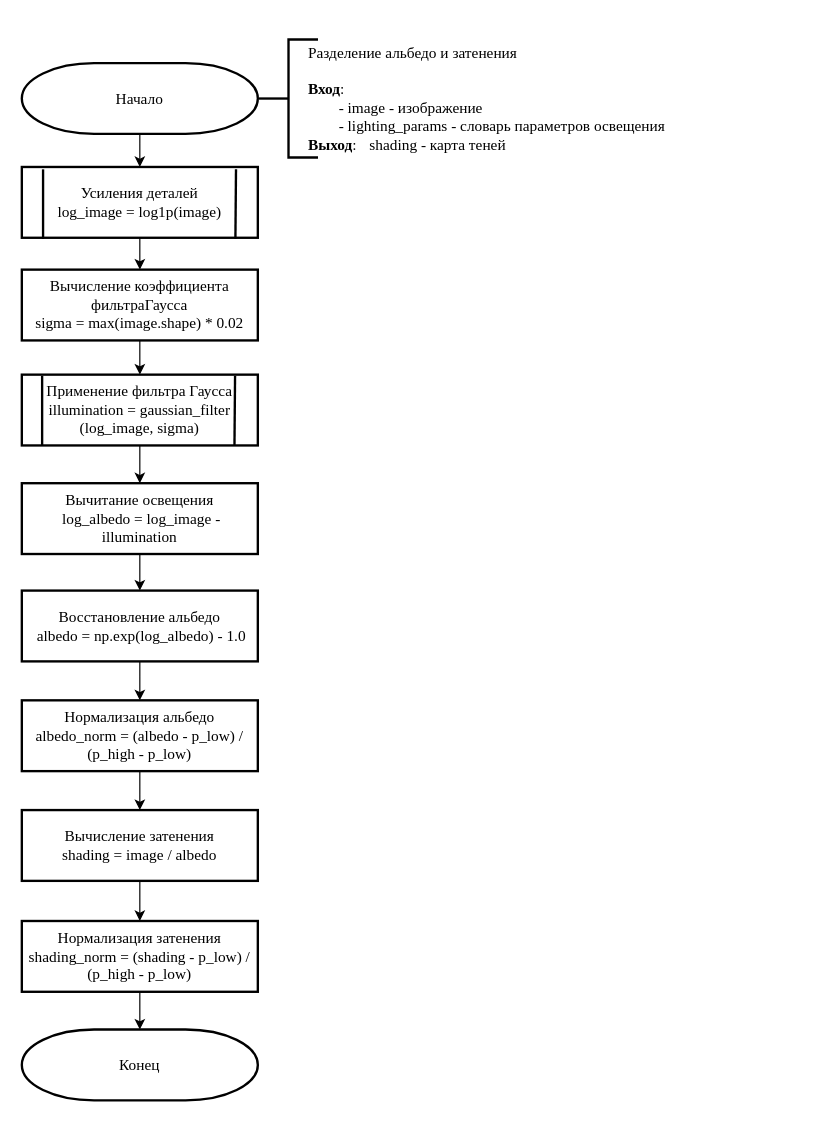
The draw.io diagram page "Разделение альбедо и затенения" (6 of 8) of report/Диаграммки.drawio in lalala-0/VKR_BMSTU, before the edit. Source tidied: cells renumbered, new cells numbered last; positions are measured from the earlier drawing's top-left corner, leaving out a move shared by most shapes. Both pictures are drawn from the tidied source at 118%, with x=0, y=0 at pixel (21, 33).
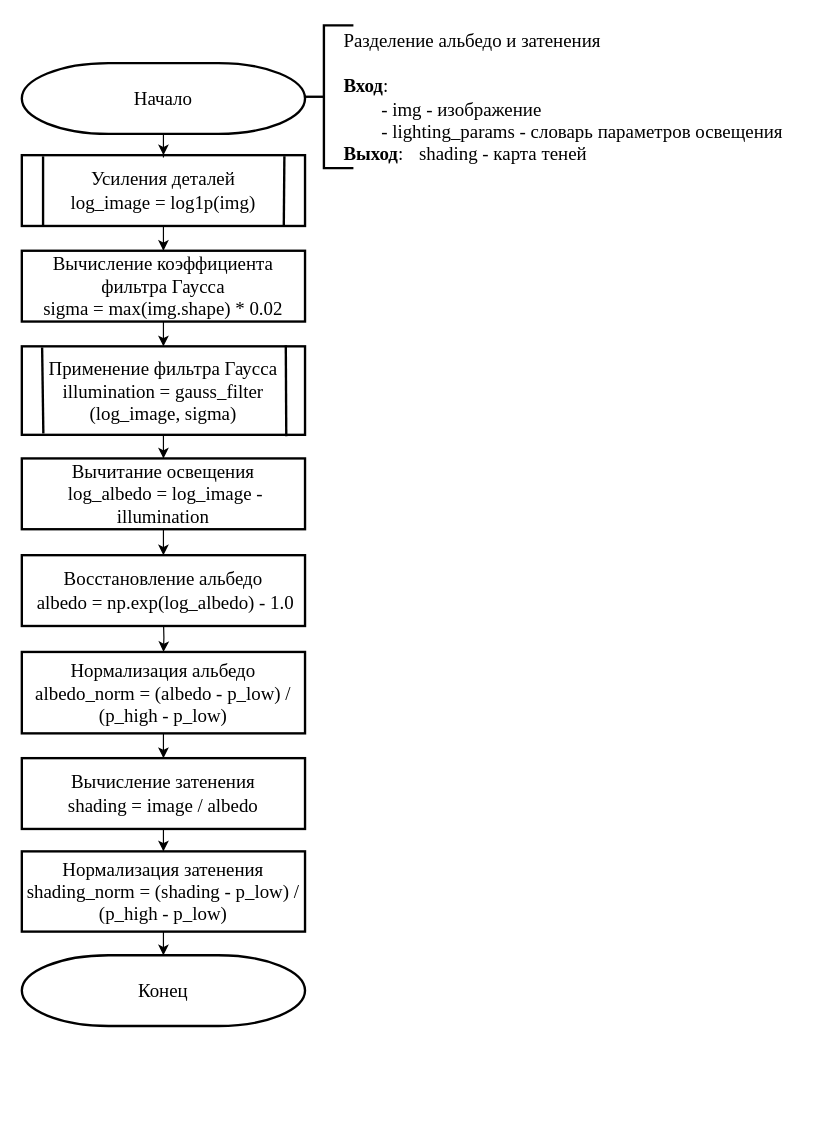
Above is the later version.

Change to the diagram source:
```diff
@@
-    <mxCell id="2" style="edgeStyle=orthogonalEdgeStyle;rounded=0;jettySize=auto;html=1;fontSize=13;" parent="1" edge="1" source="3" target="5">
+    <mxCell id="2" style="edgeStyle=orthogonalEdgeStyle;rounded=0;jettySize=auto;html=1;fontSize=16;" parent="1" edge="1" source="3" target="5">
       <mxGeometry relative="1" as="geometry" />
     </mxCell>
-    <mxCell id="3" value="Усиления деталей&lt;div&gt;log_image = log1p(image)&lt;/div&gt;" style="rounded=0;whiteSpace=wrap;html=1;strokeWidth=2;fontFamily=Times New Roman;fontSize=13;" parent="1" vertex="1">
-      <mxGeometry y="113" width="200" height="60" as="geometry" />
+    <mxCell id="3" value="Усиления деталей&lt;div&gt;log_image = log1p(img)&lt;/div&gt;" style="rounded=0;whiteSpace=wrap;html=1;strokeWidth=2;fontFamily=Times New Roman;fontSize=16;" parent="1" vertex="1">
+      <mxGeometry y="103" width="240" height="60" as="geometry" />
     </mxCell>
-    <mxCell id="4" style="edgeStyle=orthogonalEdgeStyle;rounded=0;jettySize=auto;html=1;fontSize=13;" parent="1" edge="1" source="5" target="7">
+    <mxCell id="4" style="edgeStyle=orthogonalEdgeStyle;rounded=0;jettySize=auto;html=1;fontSize=16;" parent="1" edge="1" source="5" target="7">
       <mxGeometry relative="1" as="geometry" />
     </mxCell>
-    <mxCell id="5" value="Вычисление коэффициента фильтраГаусса&lt;div&gt;sigma =&amp;nbsp;&lt;span style=&quot;background-color: transparent;&quot;&gt;max(image.shape) * 0.02&lt;br&gt;&lt;/span&gt;&lt;/div&gt;" style="rounded=0;whiteSpace=wrap;html=1;strokeWidth=2;fontFamily=Times New Roman;fontSize=13;" parent="1" vertex="1">
-      <mxGeometry y="200" width="200" height="60" as="geometry" />
+    <mxCell id="5" value="Вычисление коэффициента фильтра Гаусса&lt;div&gt;sigma =&amp;nbsp;&lt;span style=&quot;background-color: transparent;&quot;&gt;max(img.shape) * 0.02&lt;br&gt;&lt;/span&gt;&lt;/div&gt;" style="rounded=0;whiteSpace=wrap;html=1;strokeWidth=2;fontFamily=Times New Roman;fontSize=16;" parent="1" vertex="1">
+      <mxGeometry y="184" width="240" height="60" as="geometry" />
     </mxCell>
-    <mxCell id="6" style="edgeStyle=orthogonalEdgeStyle;rounded=0;jettySize=auto;html=1;fontSize=13;" parent="1" edge="1" source="7" target="9">
+    <mxCell id="6" style="edgeStyle=orthogonalEdgeStyle;rounded=0;jettySize=auto;html=1;fontSize=16;" parent="1" edge="1" source="7" target="9">
       <mxGeometry relative="1" as="geometry" />
     </mxCell>
-    <mxCell id="7" value="Применение фильтра Гаусса illumination = gaussian_filter&lt;div&gt;(log_image, sigma)&lt;/div&gt;" style="rounded=0;whiteSpace=wrap;html=1;strokeWidth=2;fontFamily=Times New Roman;fontSize=13;" parent="1" vertex="1">
-      <mxGeometry y="289" width="200" height="60" as="geometry" />
+    <mxCell id="7" value="Применение фильтра Гаусса illumination = gauss_filter&lt;div&gt;(log_image, sigma)&lt;/div&gt;" style="rounded=0;whiteSpace=wrap;html=1;strokeWidth=2;fontFamily=Times New Roman;fontSize=16;" parent="1" vertex="1">
+      <mxGeometry y="265" width="240" height="75" as="geometry" />
     </mxCell>
-    <mxCell id="8" style="edgeStyle=orthogonalEdgeStyle;rounded=0;jettySize=auto;html=1;fontSize=13;" parent="1" edge="1" source="9" target="11">
+    <mxCell id="8" style="edgeStyle=orthogonalEdgeStyle;rounded=0;jettySize=auto;html=1;fontSize=16;" parent="1" edge="1" source="9" target="11">
       <mxGeometry relative="1" as="geometry" />
     </mxCell>
-    <mxCell id="9" value="Вычитание освещения&lt;div&gt;&amp;nbsp;log_albedo = log_image - illumination&lt;/div&gt;" style="rounded=0;whiteSpace=wrap;html=1;strokeWidth=2;fontFamily=Times New Roman;fontSize=13;" parent="1" vertex="1">
-      <mxGeometry y="381" width="200" height="60" as="geometry" />
+    <mxCell id="9" value="Вычитание освещения&lt;div&gt;&amp;nbsp;log_albedo = log_image - illumination&lt;/div&gt;" style="rounded=0;whiteSpace=wrap;html=1;strokeWidth=2;fontFamily=Times New Roman;fontSize=16;" parent="1" vertex="1">
+      <mxGeometry y="360" width="240" height="60" as="geometry" />
     </mxCell>
-    <mxCell id="10" style="edgeStyle=orthogonalEdgeStyle;rounded=0;jettySize=auto;html=1;fontSize=13;" parent="1" edge="1" source="11" target="13">
-      <mxGeometry relative="1" as="geometry" />
+    <mxCell id="10" style="edgeStyle=orthogonalEdgeStyle;rounded=0;jettySize=auto;html=1;fontSize=16;" parent="1" edge="1" target="13">
+      <mxGeometry relative="1" as="geometry">
+        <mxPoint x="119.9" y="491" as="sourcePoint" />
+      </mxGeometry>
     </mxCell>
-    <mxCell id="11" value="Восстановление альбедо&lt;div&gt;&amp;nbsp;albedo = np.exp(log_albedo) - 1.0&lt;/div&gt;" style="rounded=0;whiteSpace=wrap;html=1;strokeWidth=2;fontFamily=Times New Roman;fontSize=13;" parent="1" vertex="1">
-      <mxGeometry y="472" width="200" height="60" as="geometry" />
+    <mxCell id="11" value="Восстановление альбедо&lt;div&gt;&amp;nbsp;albedo = np.exp(log_albedo) - 1.0&lt;/div&gt;" style="rounded=0;whiteSpace=wrap;html=1;strokeWidth=2;fontFamily=Times New Roman;fontSize=16;" parent="1" vertex="1">
+      <mxGeometry y="442" width="240" height="60" as="geometry" />
     </mxCell>
-    <mxCell id="12" style="edgeStyle=orthogonalEdgeStyle;rounded=0;jettySize=auto;html=1;fontSize=13;" parent="1" edge="1" source="13" target="15">
+    <mxCell id="12" style="edgeStyle=orthogonalEdgeStyle;rounded=0;jettySize=auto;html=1;fontSize=16;" parent="1" edge="1" source="13" target="15">
       <mxGeometry relative="1" as="geometry" />
     </mxCell>
-    <mxCell id="13" value="Нормализация альбедо&lt;div&gt;albedo_norm = (albedo - p_low) / (p_high - p_low)&lt;/div&gt;" style="rounded=0;whiteSpace=wrap;html=1;strokeWidth=2;fontFamily=Times New Roman;fontSize=13;" parent="1" vertex="1">
-      <mxGeometry y="565" width="200" height="60" as="geometry" />
+    <mxCell id="13" value="Нормализация альбедо&lt;div&gt;albedo_norm = (albedo - p_low) / (p_high - p_low)&lt;/div&gt;" style="rounded=0;whiteSpace=wrap;html=1;strokeWidth=2;fontFamily=Times New Roman;fontSize=16;" parent="1" vertex="1">
+      <mxGeometry y="524" width="240" height="69" as="geometry" />
     </mxCell>
-    <mxCell id="14" style="edgeStyle=orthogonalEdgeStyle;rounded=0;jettySize=auto;html=1;fontSize=13;" parent="1" edge="1" source="15" target="17">
+    <mxCell id="14" style="edgeStyle=orthogonalEdgeStyle;rounded=0;jettySize=auto;html=1;fontSize=16;" parent="1" edge="1" source="15" target="17">
       <mxGeometry relative="1" as="geometry" />
     </mxCell>
-    <mxCell id="15" value="Вычисление затенения&lt;div&gt;shading = image / albedo&lt;/div&gt;" style="rounded=0;whiteSpace=wrap;html=1;strokeWidth=2;fontFamily=Times New Roman;fontSize=13;" parent="1" vertex="1">
-      <mxGeometry y="658" width="200" height="60" as="geometry" />
+    <mxCell id="15" value="Вычисление затенения&lt;div&gt;shading = image / albedo&lt;/div&gt;" style="rounded=0;whiteSpace=wrap;html=1;strokeWidth=2;fontFamily=Times New Roman;fontSize=16;" parent="1" vertex="1">
+      <mxGeometry y="614" width="240" height="60" as="geometry" />
     </mxCell>
-    <mxCell id="16" style="edgeStyle=orthogonalEdgeStyle;rounded=0;jettySize=auto;html=1;fontSize=13;" parent="1" edge="1" source="17" target="22">
+    <mxCell id="16" style="edgeStyle=orthogonalEdgeStyle;rounded=0;jettySize=auto;html=1;fontSize=16;" parent="1" edge="1" source="17" target="22">
       <mxGeometry relative="1" as="geometry" />
     </mxCell>
-    <mxCell id="17" value="Нормализация затенения&lt;div&gt;shading_norm = (shading - p_low) / (p_high - p_low)&lt;/div&gt;" style="rounded=0;whiteSpace=wrap;html=1;strokeWidth=2;fontFamily=Times New Roman;fontSize=13;" parent="1" vertex="1">
-      <mxGeometry y="752" width="200" height="60" as="geometry" />
+    <mxCell id="17" value="Нормализация затенения&lt;div&gt;shading_norm = (shading - p_low) / (p_high - p_low)&lt;/div&gt;" style="rounded=0;whiteSpace=wrap;html=1;strokeWidth=2;fontFamily=Times New Roman;fontSize=16;" parent="1" vertex="1">
+      <mxGeometry y="693" width="240" height="68" as="geometry" />
     </mxCell>
-    <mxCell id="18" style="strokeWidth=2;html=1;shape=mxgraph.flowchart.annotation_2;align=left;labelPosition=right;fontFamily=Times New Roman;fontSize=13;" parent="1" vertex="1">
-      <mxGeometry x="201" y="5" width="50" height="100" as="geometry" />
+    <mxCell id="18" style="strokeWidth=2;html=1;shape=mxgraph.flowchart.annotation_2;align=left;labelPosition=right;fontFamily=Times New Roman;fontSize=16;" parent="1" vertex="1">
+      <mxGeometry x="231" y="-7" width="50" height="121" as="geometry" />
     </mxCell>
-    <mxCell id="19" value="Разделение альбедо и затенения&lt;div&gt;&lt;br&gt;&lt;/div&gt;&lt;div&gt;&lt;b&gt;Вход&lt;/b&gt;:&lt;/div&gt;&lt;div&gt;&lt;span style=&quot;white-space: pre;&quot;&gt;&#9;&lt;/span&gt;- image - изображение&lt;br&gt;&lt;/div&gt;&lt;div&gt;&lt;span style=&quot;white-space-collapse: preserve;&quot;&gt;&#9;&lt;/span&gt;-&amp;nbsp;lighting_params - словарь параметров освещения&lt;/div&gt;&lt;div&gt;&lt;span style=&quot;background-color: transparent; color: light-dark(rgb(0, 0, 0), rgb(255, 255, 255));&quot;&gt;&lt;b&gt;Выход&lt;/b&gt;:&lt;/span&gt;&lt;span style=&quot;background-color: transparent; color: light-dark(rgb(0, 0, 0), rgb(255, 255, 255)); white-space-collapse: preserve;&quot;&gt;&#9;&lt;/span&gt;&lt;span style=&quot;background-color: transparent; color: light-dark(rgb(0, 0, 0), rgb(255, 255, 255));&quot;&gt;shading - карта теней&lt;/span&gt;&lt;/div&gt;" style="text;html=1;align=left;verticalAlign=middle;strokeColor=none;fillColor=none;fontFamily=Times New Roman;fontSize=13;" parent="1" vertex="1">
-      <mxGeometry x="241" width="330" height="110" as="geometry" />
+    <mxCell id="19" value="Разделение альбедо и затенения&lt;div&gt;&lt;br&gt;&lt;/div&gt;&lt;div&gt;&lt;b&gt;Вход&lt;/b&gt;:&lt;/div&gt;&lt;div&gt;&lt;span style=&quot;white-space: pre;&quot;&gt;&#9;&lt;/span&gt;- img - изображение&lt;br&gt;&lt;/div&gt;&lt;div&gt;&lt;span style=&quot;white-space-collapse: preserve;&quot;&gt;&#9;&lt;/span&gt;-&amp;nbsp;lighting_params - словарь параметров освещения&lt;/div&gt;&lt;div&gt;&lt;span style=&quot;background-color: transparent; color: light-dark(rgb(0, 0, 0), rgb(255, 255, 255));&quot;&gt;&lt;b&gt;Выход&lt;/b&gt;:&lt;/span&gt;&lt;span style=&quot;background-color: transparent; color: light-dark(rgb(0, 0, 0), rgb(255, 255, 255)); white-space-collapse: preserve;&quot;&gt;&#9;&lt;/span&gt;&lt;span style=&quot;background-color: transparent; color: light-dark(rgb(0, 0, 0), rgb(255, 255, 255));&quot;&gt;shading - карта теней&lt;/span&gt;&lt;/div&gt;" style="text;html=1;align=left;verticalAlign=middle;strokeColor=none;fillColor=none;fontFamily=Times New Roman;fontSize=16;" parent="1" vertex="1">
+      <mxGeometry x="271" y="-11" width="400" height="130" as="geometry" />
     </mxCell>
-    <mxCell id="20" style="edgeStyle=orthogonalEdgeStyle;rounded=0;jettySize=auto;html=1;fontSize=13;" parent="1" edge="1" source="21" target="3">
+    <mxCell id="20" style="edgeStyle=orthogonalEdgeStyle;rounded=0;jettySize=auto;html=1;fontSize=16;" parent="1" edge="1" source="21" target="3">
       <mxGeometry relative="1" as="geometry" />
     </mxCell>
-    <mxCell id="21" value="Начало" style="strokeWidth=2;html=1;shape=mxgraph.flowchart.terminator;whiteSpace=wrap;fontFamily=Times New Roman;fontSize=13;" parent="1" vertex="1">
-      <mxGeometry y="25" width="200" height="60" as="geometry" />
+    <mxCell id="21" value="Начало" style="strokeWidth=2;html=1;shape=mxgraph.flowchart.terminator;whiteSpace=wrap;fontFamily=Times New Roman;fontSize=16;" parent="1" vertex="1">
+      <mxGeometry y="25" width="240" height="60" as="geometry" />
     </mxCell>
-    <mxCell id="22" value="Конец" style="strokeWidth=2;html=1;shape=mxgraph.flowchart.terminator;whiteSpace=wrap;fontFamily=Times New Roman;fontSize=13;" parent="1" vertex="1">
-      <mxGeometry y="844" width="200" height="60" as="geometry" />
+    <mxCell id="22" value="Конец" style="strokeWidth=2;html=1;shape=mxgraph.flowchart.terminator;whiteSpace=wrap;fontFamily=Times New Roman;fontSize=16;" parent="1" vertex="1">
+      <mxGeometry y="781" width="240" height="60" as="geometry" />
     </mxCell>
-    <mxCell id="23" style="endArrow=none;html=1;rounded=0;strokeWidth=2;entryX=0.087;entryY=0.013;entryDx=0;entryDy=0;entryPerimeter=0;fontSize=13;" parent="1" edge="1">
+    <mxCell id="23" style="endArrow=none;html=1;rounded=0;strokeWidth=2;entryX=0.087;entryY=0.013;entryDx=0;entryDy=0;entryPerimeter=0;fontSize=16;" parent="1" edge="1">
       <mxGeometry relative="1" as="geometry">
-        <mxPoint x="18" y="174" as="sourcePoint" />
-        <mxPoint x="18" y="115" as="targetPoint" />
+        <mxPoint x="18" y="163" as="sourcePoint" />
+        <mxPoint x="18" y="104" as="targetPoint" />
       </mxGeometry>
     </mxCell>
-    <mxCell id="24" style="endArrow=none;html=1;rounded=0;strokeWidth=2;entryX=0.938;entryY=0.01;entryDx=0;entryDy=0;entryPerimeter=0;fontSize=13;" parent="1" edge="1">
+    <mxCell id="24" style="endArrow=none;html=1;rounded=0;strokeWidth=2;entryX=0.938;entryY=0.01;entryDx=0;entryDy=0;entryPerimeter=0;fontSize=16;" parent="1" edge="1">
       <mxGeometry relative="1" as="geometry">
-        <mxPoint x="181" y="174" as="sourcePoint" />
-        <mxPoint x="181.5" y="115" as="targetPoint" />
+        <mxPoint x="222" y="163" as="sourcePoint" />
+        <mxPoint x="222.5" y="104" as="targetPoint" />
       </mxGeometry>
     </mxCell>
-    <mxCell id="25" style="endArrow=none;html=1;rounded=0;strokeWidth=2;entryX=0.087;entryY=0.013;entryDx=0;entryDy=0;entryPerimeter=0;fontSize=13;" parent="1" edge="1">
+    <mxCell id="25" style="endArrow=none;html=1;rounded=0;strokeWidth=2;entryX=0.087;entryY=0.013;entryDx=0;entryDy=0;entryPerimeter=0;fontSize=16;exitX=0.076;exitY=0.984;exitDx=0;exitDy=0;exitPerimeter=0;" parent="1" edge="1" source="7">
       <mxGeometry relative="1" as="geometry">
-        <mxPoint x="17.2" y="349" as="sourcePoint" />
-        <mxPoint x="17.2" y="290" as="targetPoint" />
+        <mxPoint x="17.2" y="266" as="targetPoint" />
       </mxGeometry>
     </mxCell>
-    <mxCell id="26" style="endArrow=none;html=1;rounded=0;strokeWidth=2;entryX=0.938;entryY=0.01;entryDx=0;entryDy=0;entryPerimeter=0;fontSize=13;" parent="1" edge="1">
+    <mxCell id="26" style="endArrow=none;html=1;rounded=0;strokeWidth=2;entryX=0.938;entryY=0.01;entryDx=0;entryDy=0;entryPerimeter=0;fontSize=16;exitX=0.909;exitY=1.044;exitDx=0;exitDy=0;exitPerimeter=0;" parent="1" edge="1">
       <mxGeometry relative="1" as="geometry">
-        <mxPoint x="180.2" y="349" as="sourcePoint" />
-        <mxPoint x="180.7" y="290" as="targetPoint" />
+        <mxPoint x="224.1" y="341.3" as="sourcePoint" />
+        <mxPoint x="223.7" y="264" as="targetPoint" />
       </mxGeometry>
     </mxCell>
```
